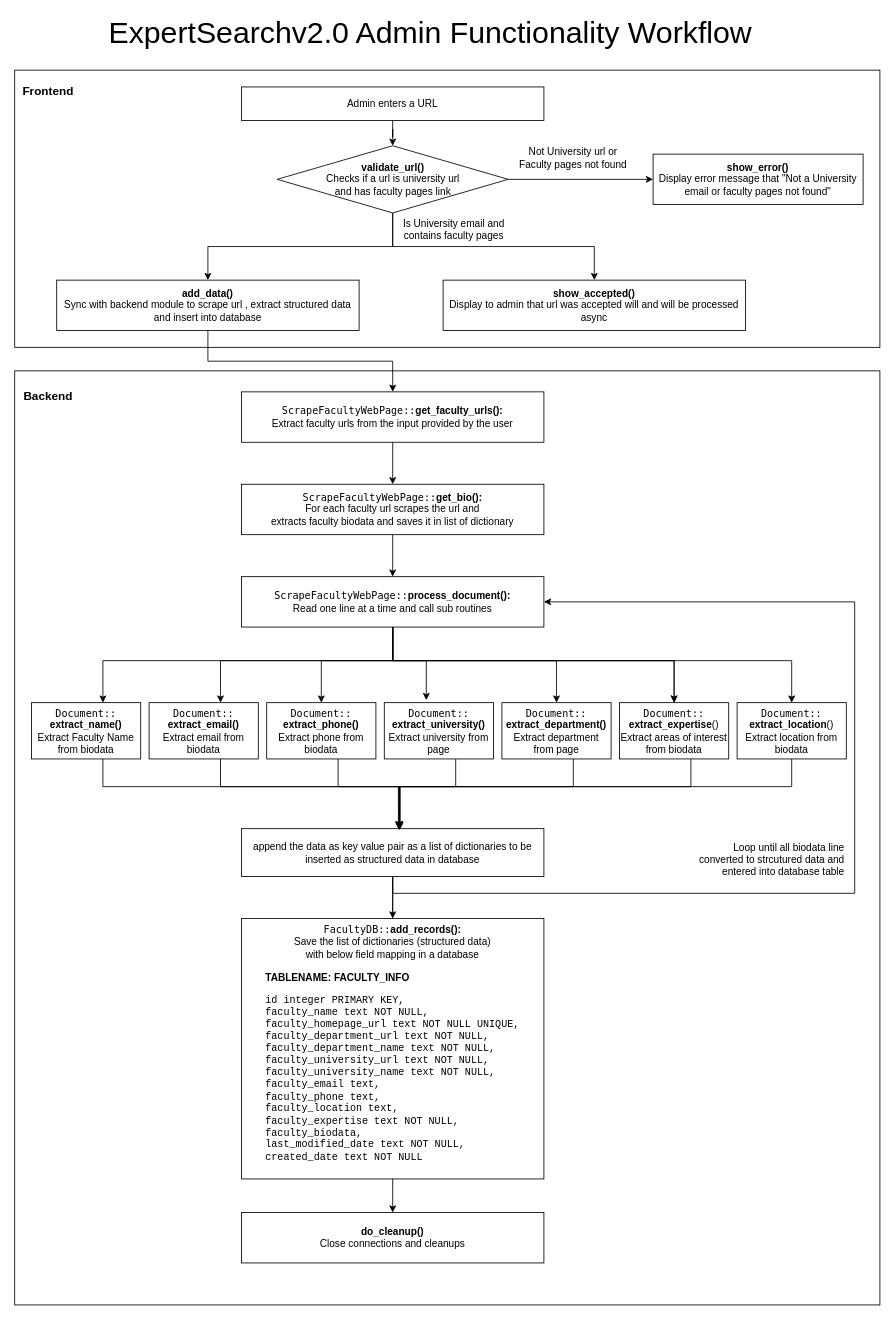
Above: docs/workflows/drawio/admin.drawio in ujjalsaha/FacultySearchEngine (draw.io), before the change. Source tidied: cells renumbered, new cells numbered last; positions are measured from the earlier drawing's top-left corner, leaving out a move shared by most shapes. Both pictures are drawn from the tidied source at 84%, with x=0, y=0 at pixel (14, 19).
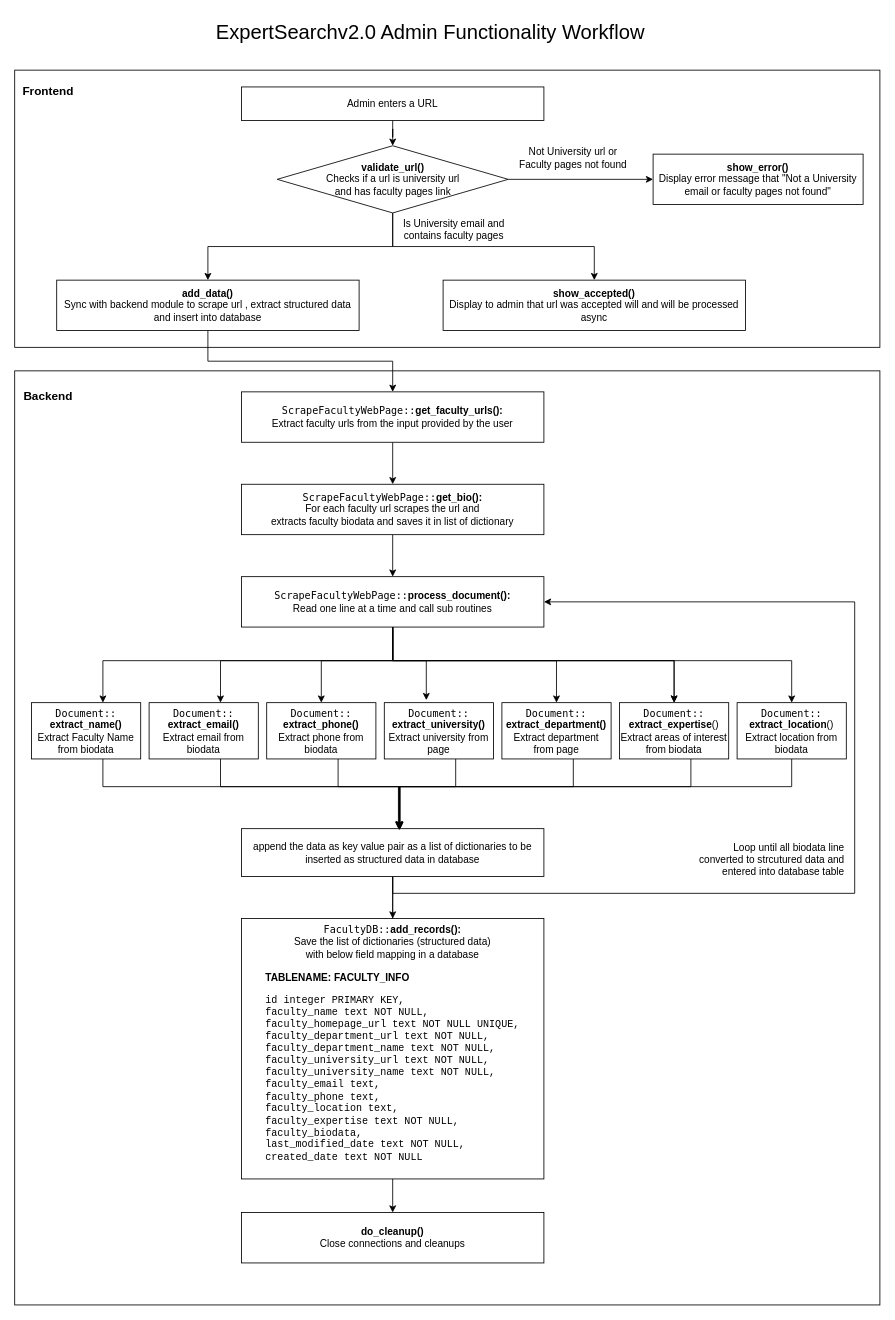
Above is the later version.

Change to the diagram source:
```diff
@@
-    <mxCell id="52" value="&lt;font style=&quot;font-size: 36px&quot;&gt;ExpertSearchv2.0 Admin Functionality Workflow&lt;/font&gt;" style="text;html=1;strokeColor=none;fillColor=none;align=center;verticalAlign=middle;whiteSpace=wrap;rounded=0;" parent="1" vertex="1">
+    <mxCell id="52" value="&lt;font style=&quot;font-size: 24px&quot;&gt;ExpertSearchv2.0 Admin Functionality Workflow&lt;/font&gt;" style="text;html=1;strokeColor=none;fillColor=none;align=center;verticalAlign=middle;whiteSpace=wrap;rounded=0;" parent="1" vertex="1">
       <mxGeometry x="100" width="790" height="30" as="geometry" />
     </mxCell>
```
